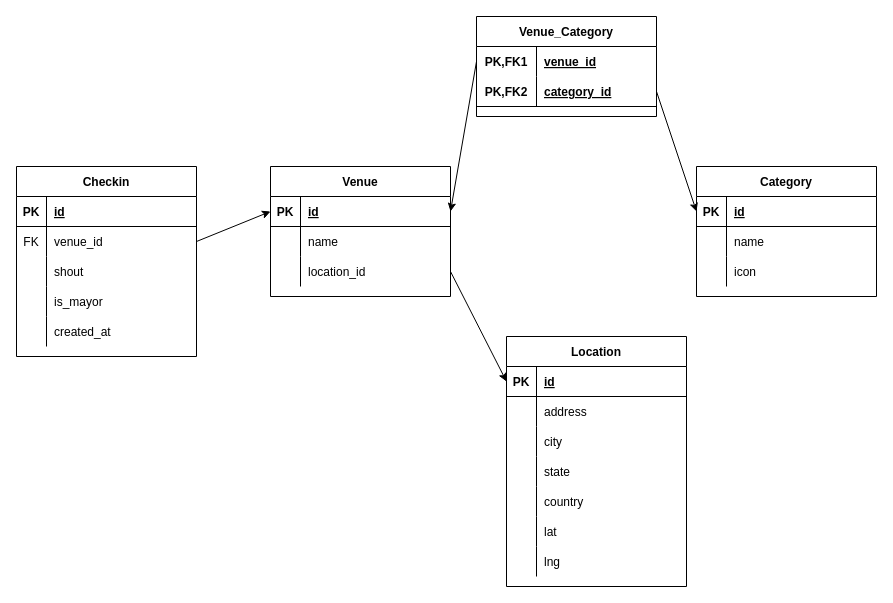
Earlier version of the draw.io diagram erdiagram.drawio (Suyama-Daichi/SwarmPlus-backend). Source tidied: cells renumbered, new cells numbered last; positions are measured from the earlier drawing's top-left corner, leaving out a move shared by most shapes. Both pictures are drawn from the tidied source at 100%, with x=0, y=0 at pixel (16, 16).
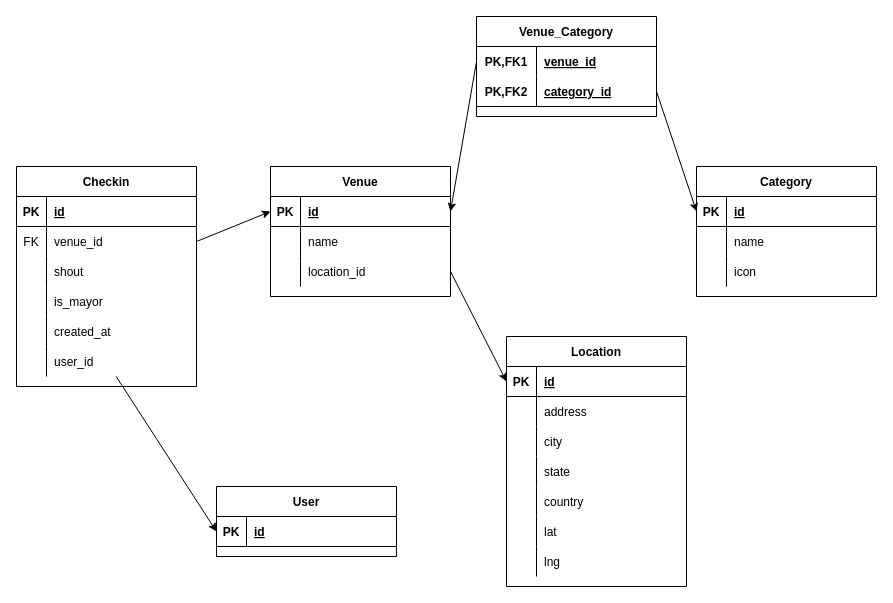
The same diagram, later.

Commit message (it also covers changes not shown here):
update: add user table to schema

What changed in the source:
```diff
@@
     <mxCell id="3" value="Checkin" style="shape=table;startSize=30;childLayout=tableLayout;rowLines=0;fontStyle=1;align=center;" parent="1" vertex="1">
-      <mxGeometry y="150" width="180" height="190" as="geometry" />
+      <mxGeometry y="150" width="180" height="220" as="geometry" />
     </mxCell>
@@
+    <mxCell id="71" style="shape=partialRectangle;fillColor=none;top=0;left=0;bottom=0;right=0;" parent="3" vertex="1">
+      <mxGeometry y="150" width="180" height="30" as="geometry" />
+    </mxCell>
+    <mxCell id="72" style="shape=partialRectangle;fillColor=none;top=0;left=0;bottom=0;right=0;overflow=hidden;" parent="71" vertex="1">
+      <mxGeometry width="30" height="30" as="geometry" />
+    </mxCell>
+    <mxCell id="73" value="created_at" style="shape=partialRectangle;fillColor=none;top=0;left=0;bottom=0;right=0;align=left;spacingLeft=6;overflow=hidden;" parent="71" vertex="1">
+      <mxGeometry x="30" width="150" height="30" as="geometry" />
+    </mxCell>
     <mxCell id="16" style="shape=partialRectangle;fillColor=none;top=0;left=0;bottom=0;right=0;points=[[0,0.5],[1,0.5]];portConstraint=eastwest;" parent="3" vertex="1">
-      <mxGeometry y="150" width="180" height="30" as="geometry" />
+      <mxGeometry y="180" width="180" height="30" as="geometry" />
     </mxCell>
@@
-    <mxCell id="18" value="created_at" style="shape=partialRectangle;fillColor=none;top=0;left=0;bottom=0;right=0;align=left;spacingLeft=6;overflow=hidden;" parent="16" vertex="1">
+    <mxCell id="18" value="user_id" style="shape=partialRectangle;fillColor=none;top=0;left=0;bottom=0;right=0;align=left;spacingLeft=6;overflow=hidden;" parent="16" vertex="1">
       <mxGeometry x="30" width="150" height="30" as="geometry" />
     </mxCell>
@@
+    <mxCell id="74" value="User" style="shape=table;startSize=30;childLayout=tableLayout;rowLines=0;fontStyle=1;align=center;" parent="1" vertex="1">
+      <mxGeometry x="200" y="470" width="180" height="70" as="geometry" />
+    </mxCell>
+    <mxCell id="75" style="shape=partialRectangle;fillColor=none;top=0;left=0;bottom=1;right=0;points=[[0,0.5],[1,0.5]];portConstraint=eastwest;" parent="74" vertex="1">
+      <mxGeometry y="30" width="180" height="30" as="geometry" />
+    </mxCell>
+    <mxCell id="76" value="PK" style="shape=partialRectangle;fillColor=none;top=0;left=0;bottom=0;right=0;fontStyle=1;overflow=hidden;" parent="75" vertex="1">
+      <mxGeometry width="30" height="30" as="geometry" />
+    </mxCell>
+    <mxCell id="77" value="id" style="shape=partialRectangle;fillColor=none;top=0;left=0;bottom=0;right=0;align=left;spacingLeft=6;fontStyle=5;overflow=hidden;" parent="75" vertex="1">
+      <mxGeometry x="30" width="150" height="30" as="geometry" />
+    </mxCell>
+    <mxCell id="78" style="edgeStyle=none;html=1;entryX=0;entryY=0.5;entryDx=0;entryDy=0;" parent="1" edge="1" source="16" target="75">
+      <mxGeometry relative="1" as="geometry" />
+    </mxCell>
```
